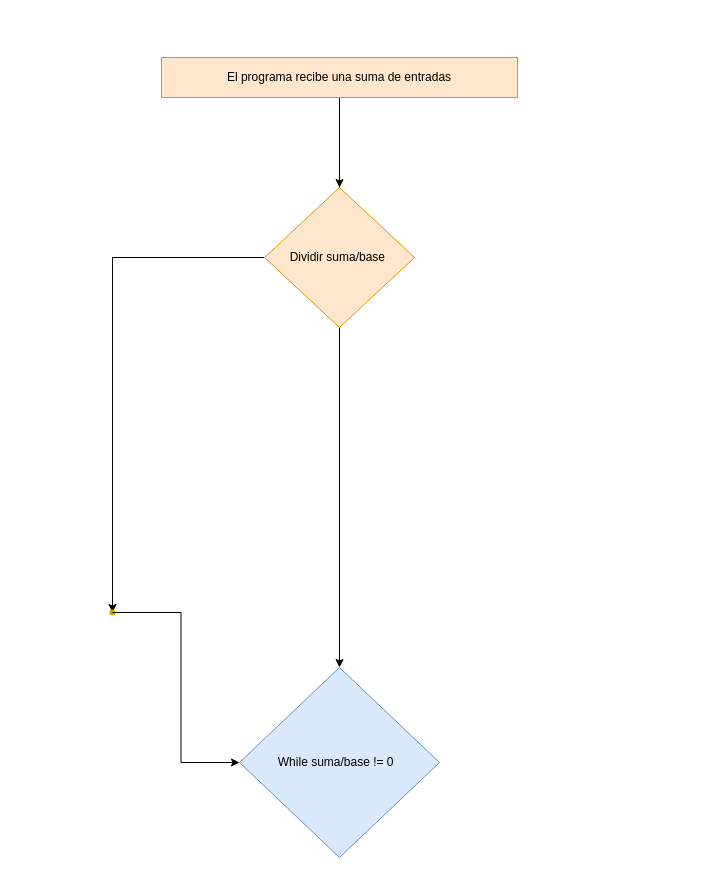
The draw.io diagram ICC/Untitled Diagram.drawio in GabrielGaytan04/TrabajosCarrera, before the edit. Source tidied: cells renumbered, new cells numbered last; positions are measured from the earlier drawing's top-left corner, leaving out a move shared by most shapes. Both pictures are drawn from the tidied source at 100%, with x=0, y=0 at pixel (102, 57).
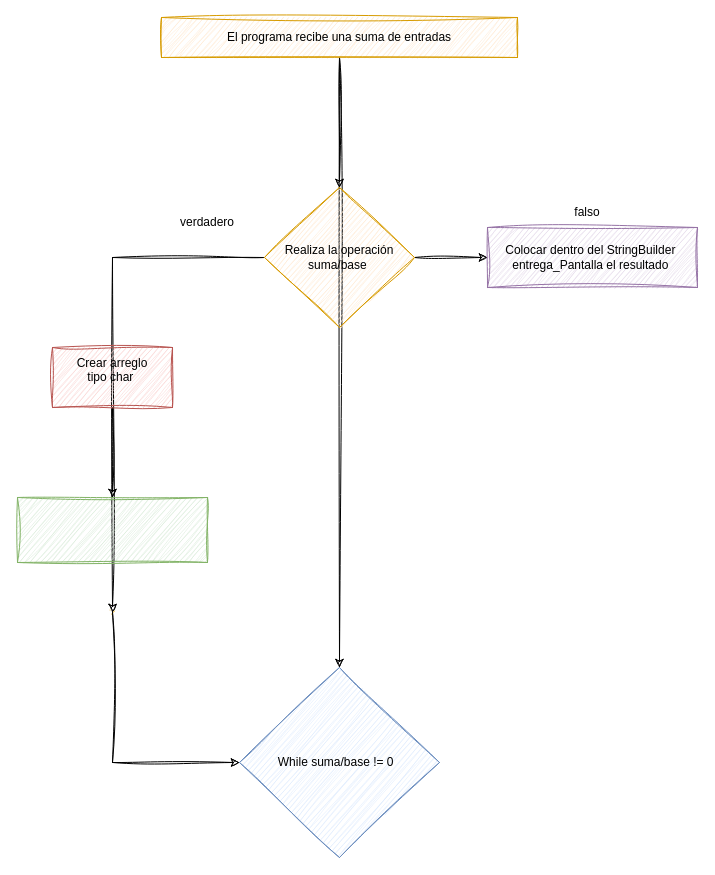
After the change.

Diff of the diagram source:
```diff
@@
 <mxGraphModel>
   <root>
     <mxCell id="0" />
     <mxCell id="1" parent="0" />
-    <mxCell id="2" style="edgeStyle=orthogonalEdgeStyle;rounded=0;jettySize=auto;html=1;" parent="1" edge="1" source="4" target="5">
+    <mxCell id="2" style="edgeStyle=orthogonalEdgeStyle;rounded=0;jettySize=auto;html=1;sketch=1;curveFitting=1;jiggle=2;" parent="1" edge="1" source="4" target="5">
       <mxGeometry relative="1" as="geometry" />
     </mxCell>
-    <mxCell id="3" style="edgeStyle=orthogonalEdgeStyle;rounded=0;jettySize=auto;html=1;" parent="1" edge="1" source="4" target="7">
+    <mxCell id="3" style="edgeStyle=orthogonalEdgeStyle;rounded=0;jettySize=auto;html=1;sketch=1;curveFitting=1;jiggle=2;" parent="1" edge="1" source="4" target="7">
       <mxGeometry relative="1" as="geometry" />
     </mxCell>
-    <mxCell id="4" value="El programa recibe una suma de entradas" style="rounded=0;whiteSpace=wrap;html=1;fillColor=#ffe6cc;strokeColor=#d79b00;" parent="1" vertex="1">
-      <mxGeometry x="59" width="356" height="40" as="geometry" />
+    <mxCell id="4" value="El programa recibe una suma de entradas" style="rounded=0;whiteSpace=wrap;html=1;fillColor=#ffe6cc;strokeColor=#d79b00;sketch=1;curveFitting=1;jiggle=2;" parent="1" vertex="1">
+      <mxGeometry x="59" y="-40" width="356" height="40" as="geometry" />
     </mxCell>
-    <mxCell id="5" value="While suma/base != 0 &amp;nbsp;" style="rhombus;whiteSpace=wrap;html=1;fillColor=#dae8fc;strokeColor=#6c8ebf;rounded=0;" parent="1" vertex="1">
+    <mxCell id="5" value="While suma/base != 0 &amp;nbsp;" style="rhombus;whiteSpace=wrap;html=1;fillColor=#dae8fc;strokeColor=#6c8ebf;rounded=0;sketch=1;curveFitting=1;jiggle=2;" parent="1" vertex="1">
       <mxGeometry x="137" y="610" width="200" height="190" as="geometry" />
     </mxCell>
-    <mxCell id="6" style="edgeStyle=orthogonalEdgeStyle;rounded=0;jettySize=auto;html=1;" parent="1" edge="1" source="7" target="8">
+    <mxCell id="6" style="edgeStyle=orthogonalEdgeStyle;rounded=0;jettySize=auto;html=1;sketch=1;curveFitting=1;jiggle=2;" parent="1" edge="1" source="7" target="8">
       <mxGeometry relative="1" as="geometry" />
     </mxCell>
+    <mxCell id="10" style="edgeStyle=orthogonalEdgeStyle;rounded=0;jettySize=auto;html=1;sketch=1;curveFitting=1;jiggle=2;" parent="1" edge="1" source="7" target="13">
+      <mxGeometry relative="1" as="geometry" />
+    </mxCell>
-    <mxCell id="7" value="Dividir suma/base&amp;nbsp;" style="rhombus;whiteSpace=wrap;html=1;fillColor=#ffe6cc;strokeColor=#d79b00;rounded=0;" parent="1" vertex="1">
+    <mxCell id="7" value="Realiza la operación suma/base&amp;nbsp;" style="rhombus;whiteSpace=wrap;html=1;fillColor=#ffe6cc;strokeColor=#d79b00;rounded=0;sketch=1;curveFitting=1;jiggle=2;" parent="1" vertex="1">
       <mxGeometry x="162" y="130" width="150" height="140" as="geometry" />
     </mxCell>
-    <mxCell id="8" style="shape=waypoint;sketch=0;size=6;points=[];fillColor=#ffe6cc;perimeter=centerPerimeter;snapToPoint=1;strokeColor=#d79b00;rounded=0;" parent="1" vertex="1">
+    <mxCell id="8" style="shape=waypoint;size=6;points=[];fillColor=#ffe6cc;perimeter=centerPerimeter;snapToPoint=1;strokeColor=#d79b00;rounded=0;sketch=1;curveFitting=1;jiggle=2;" parent="1" vertex="1">
       <mxGeometry y="545" width="20" height="20" as="geometry" />
     </mxCell>
-    <mxCell id="9" style="edgeStyle=orthogonalEdgeStyle;rounded=0;jettySize=auto;html=1;entryX=0;entryY=0.5;entryDx=0;entryDy=0;" parent="1" edge="1" source="8" target="5">
-      <mxGeometry relative="1" as="geometry" />
+    <mxCell id="9" style="edgeStyle=orthogonalEdgeStyle;rounded=0;jettySize=auto;html=1;entryX=0;entryY=0.5;entryDx=0;entryDy=0;sketch=1;curveFitting=1;jiggle=2;" parent="1" edge="1" source="8" target="5">
+      <mxGeometry relative="1" as="geometry">
+        <Array as="points">
+          <mxPoint x="10" y="705" />
+        </Array>
+      </mxGeometry>
     </mxCell>
+    <mxCell id="11" value="falso" style="text;html=1;align=center;verticalAlign=middle;whiteSpace=wrap;rounded=0;sketch=1;curveFitting=1;jiggle=2;" parent="1" vertex="1">
+      <mxGeometry x="455" y="140" width="60" height="30" as="geometry" />
+    </mxCell>
+    <mxCell id="12" value="verdadero" style="text;html=1;align=center;verticalAlign=middle;whiteSpace=wrap;rounded=0;sketch=1;curveFitting=1;jiggle=2;" parent="1" vertex="1">
+      <mxGeometry x="75" y="150" width="60" height="30" as="geometry" />
+    </mxCell>
+    <mxCell id="13" value="Colocar dentro del StringBuilder&amp;nbsp;&lt;div&gt;entrega_Pantalla el resultado&amp;nbsp;&lt;/div&gt;" style="whiteSpace=wrap;html=1;fillColor=#e1d5e7;strokeColor=#9673a6;rounded=0;sketch=1;curveFitting=1;jiggle=2;" parent="1" vertex="1">
+      <mxGeometry x="385" y="170" width="210" height="60" as="geometry" />
+    </mxCell>
+    <mxCell id="14" style="edgeStyle=orthogonalEdgeStyle;rounded=0;sketch=1;hachureGap=4;jiggle=2;curveFitting=1;jettySize=auto;html=1;fontFamily=Architects Daughter;" parent="1" edge="1" source="15" target="16">
+      <mxGeometry relative="1" as="geometry" />
+    </mxCell>
+    <mxCell id="15" value="&lt;span style=&quot;white-space: pre;&quot;&gt;Crear arreglo&lt;/span&gt;&lt;div&gt;&lt;span style=&quot;white-space: pre;&quot;&gt;tipo char &lt;/span&gt;&lt;/div&gt;&lt;div&gt;&lt;span style=&quot;white-space: pre;&quot;&gt;&lt;br&gt;&lt;/span&gt;&lt;/div&gt;" style="rounded=0;whiteSpace=wrap;html=1;sketch=1;curveFitting=1;jiggle=2;fillColor=#f8cecc;strokeColor=#b85450;" parent="1" vertex="1">
+      <mxGeometry x="-50" y="290" width="120" height="60" as="geometry" />
+    </mxCell>
+    <mxCell id="16" style="whiteSpace=wrap;html=1;fillColor=#d5e8d4;strokeColor=#82b366;rounded=0;sketch=1;curveFitting=1;jiggle=2;" parent="1" vertex="1">
+      <mxGeometry x="-85" y="440" width="190" height="65" as="geometry" />
+    </mxCell>
   </root>
 </mxGraphModel>
```
